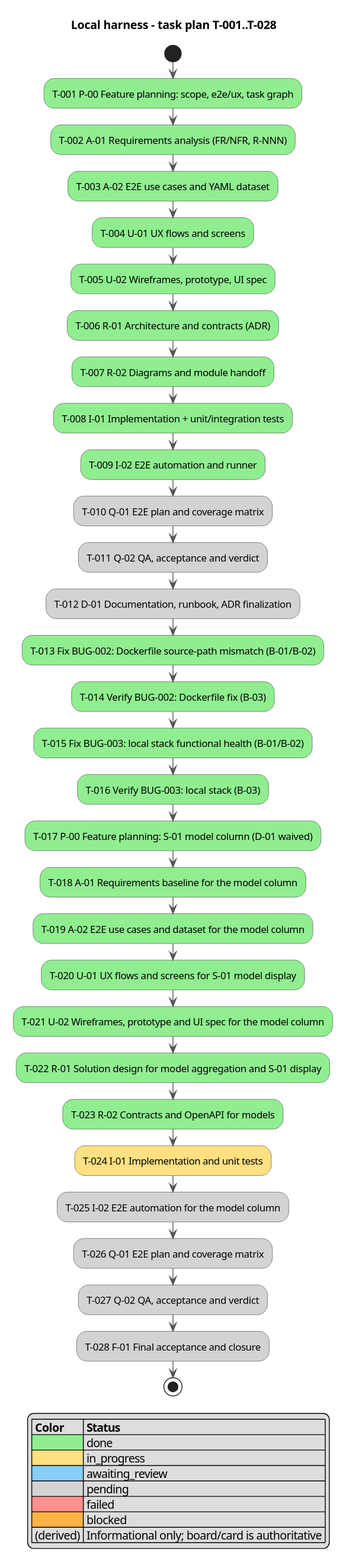
Earlier version of the PlantUML export docs/activity.svg (serge-sasov/ai-task-tracker).
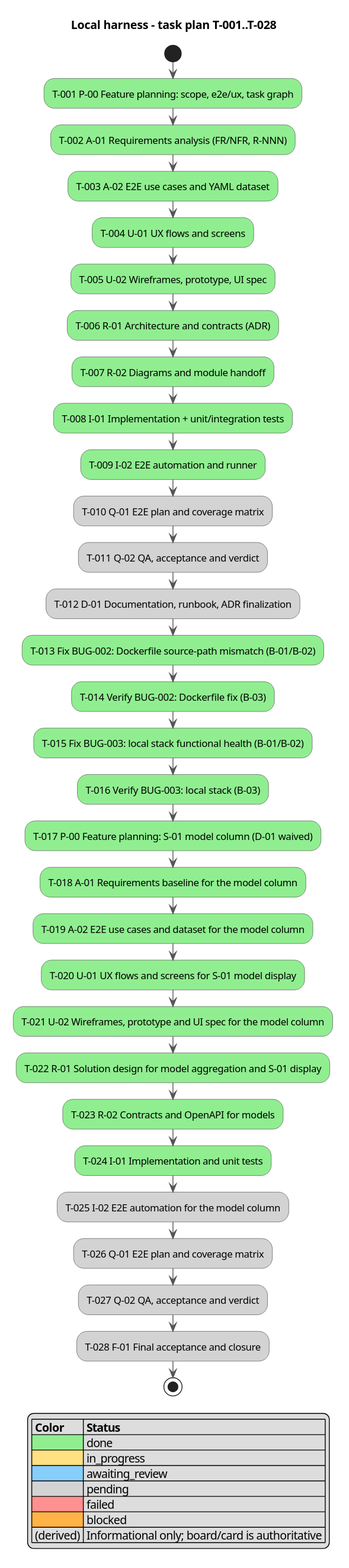
After the change.

The edit, as a diff of the source:
```diff
@@ -29,7 +29,7 @@
 :T-021 U-02 Wireframes, prototype and UI spec for the model column; <<#90EE90>>
 :T-022 R-01 Solution design for model aggregation and S-01 display; <<#90EE90>>
 :T-023 R-02 Contracts and OpenAPI for models; <<#90EE90>>
-:T-024 I-01 Implementation and unit tests; <<#FFE082>>
+:T-024 I-01 Implementation and unit tests; <<#90EE90>>
 :T-025 I-02 E2E automation for the model column; <<#D3D3D3>>
 :T-026 Q-01 E2E plan and coverage matrix; <<#D3D3D3>>
 :T-027 Q-02 QA, acceptance and verdict; <<#D3D3D3>>
```
